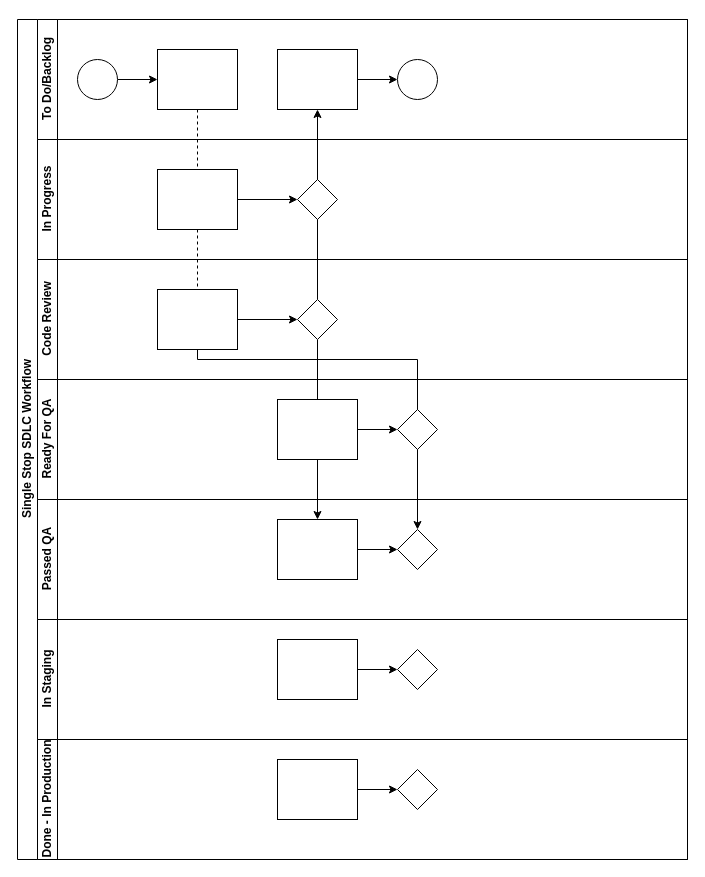
Earlier version of the draw.io diagram Untitled Diagram.drawio (DaveHorn-Singlestop/draw.io). Source tidied: cells renumbered, new cells numbered last; positions are measured from the earlier drawing's top-left corner, leaving out a move shared by most shapes. Both pictures are drawn from the tidied source at 100%, with x=0, y=0 at pixel (17, 19).
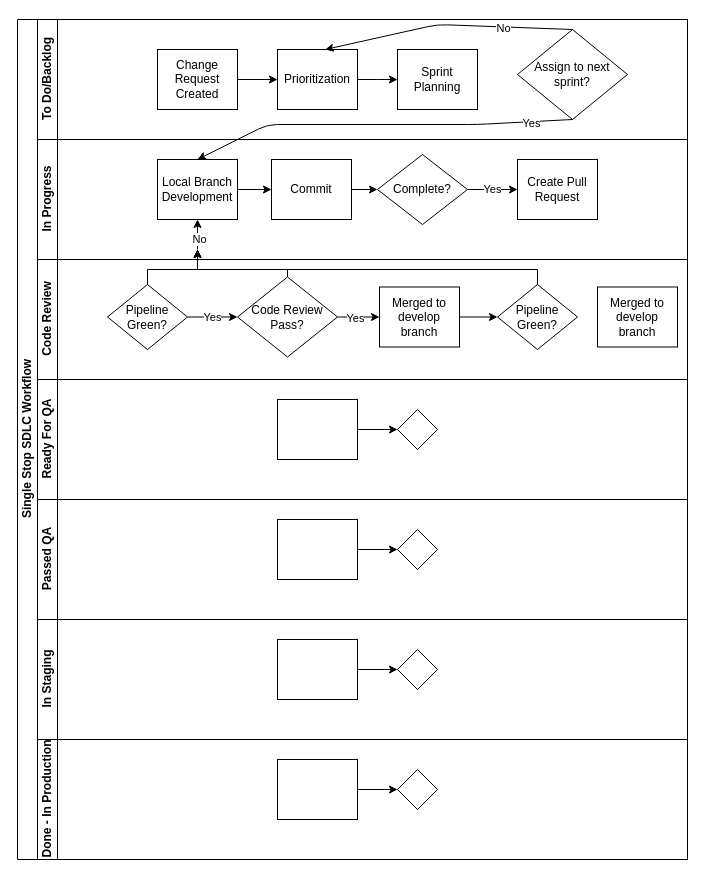
After the change.

Unchanged cells that the change refers to:
```xml
<mxCell id="2" value="Single Stop SDLC Workflow" style="swimlane;html=1;horizontal=0;startSize=20;" parent="1" vertex="1">
  <mxGeometry width="670" height="840" as="geometry" />
</mxCell>
<mxCell id="7" value="To Do/Backlog" style="swimlane;html=1;startSize=20;horizontal=0;" parent="2" vertex="1">
  <mxGeometry x="20" width="650" height="120" as="geometry" />
</mxCell>
<mxCell id="14" value="In Progress" style="swimlane;html=1;startSize=20;horizontal=0;" parent="2" vertex="1">
  <mxGeometry x="20" y="120" width="650" height="120" as="geometry" />
</mxCell>
<mxCell id="18" value="Code Review" style="swimlane;html=1;startSize=20;horizontal=0;" parent="2" vertex="1">
  <mxGeometry x="20" y="240" width="650" height="120" as="geometry" />
</mxCell>
<mxCell id="28" style="rounded=0;whiteSpace=wrap;html=1;fontFamily=Helvetica;fontSize=12;fontColor=#000000;align=center;" parent="26" vertex="1">
  <mxGeometry x="240" y="20" width="80" height="60" as="geometry" />
</mxCell>
<mxCell id="29" style="rhombus;whiteSpace=wrap;html=1;fontFamily=Helvetica;fontSize=12;fontColor=#000000;align=center;" parent="26" vertex="1">
  <mxGeometry x="360" y="30" width="40" height="40" as="geometry" />
</mxCell>
```

Diff of the diagram source:
```diff
@@
-    <mxCell id="3" style="edgeStyle=orthogonalEdgeStyle;rounded=0;jettySize=auto;html=1;dashed=1;endArrow=none;endFill=0;" parent="2" edge="1" source="10" target="20">
-      <mxGeometry relative="1" as="geometry" />
-    </mxCell>
-    <mxCell id="4" style="edgeStyle=orthogonalEdgeStyle;rounded=0;jettySize=auto;html=1;endArrow=classic;endFill=1;" parent="2" edge="1" source="21" target="12">
-      <mxGeometry relative="1" as="geometry" />
-    </mxCell>
-    <mxCell id="5" style="edgeStyle=orthogonalEdgeStyle;rounded=0;jettySize=auto;html=1;endArrow=classic;endFill=1;" parent="2" edge="1" source="21" target="28">
-      <mxGeometry relative="1" as="geometry" />
-    </mxCell>
-    <mxCell id="6" style="edgeStyle=orthogonalEdgeStyle;rounded=0;jettySize=auto;html=1;endArrow=classic;endFill=1;" parent="2" edge="1" source="20" target="29">
-      <mxGeometry relative="1" as="geometry">
-        <Array as="points">
-          <mxPoint x="180" y="340" />
-          <mxPoint x="400" y="340" />
-        </Array>
-      </mxGeometry>
-    </mxCell>
@@
-    <mxCell id="8" style="edgeStyle=orthogonalEdgeStyle;rounded=0;jettySize=auto;html=1;" parent="7" edge="1" source="9" target="10">
-      <mxGeometry relative="1" as="geometry" />
-    </mxCell>
-    <mxCell id="9" style="ellipse;whiteSpace=wrap;html=1;" parent="7" vertex="1">
-      <mxGeometry x="40" y="40" width="40" height="40" as="geometry" />
-    </mxCell>
-    <mxCell id="10" style="rounded=0;whiteSpace=wrap;html=1;fontFamily=Helvetica;fontSize=12;fontColor=#000000;align=center;" parent="7" vertex="1">
+    <mxCell id="10" value="Change Request Created" style="rounded=0;whiteSpace=wrap;html=1;fontFamily=Helvetica;fontSize=12;fontColor=#000000;align=center;" parent="7" vertex="1">
       <mxGeometry x="120" y="30" width="80" height="60" as="geometry" />
     </mxCell>
-    <mxCell id="11" style="edgeStyle=orthogonalEdgeStyle;rounded=0;jettySize=auto;html=1;endArrow=classic;endFill=1;" parent="7" edge="1" source="12" target="13">
-      <mxGeometry relative="1" as="geometry" />
+    <mxCell id="11" style="edgeStyle=orthogonalEdgeStyle;rounded=0;jettySize=auto;html=1;endArrow=classic;endFill=1;" parent="7" edge="1" source="12">
+      <mxGeometry relative="1" as="geometry">
+        <mxPoint x="360" y="60" as="targetPoint" />
+      </mxGeometry>
     </mxCell>
-    <mxCell id="12" style="rounded=0;whiteSpace=wrap;html=1;fontFamily=Helvetica;fontSize=12;fontColor=#000000;align=center;" parent="7" vertex="1">
+    <mxCell id="12" value="Prioritization" style="rounded=0;whiteSpace=wrap;html=1;fontFamily=Helvetica;fontSize=12;fontColor=#000000;align=center;" parent="7" vertex="1">
       <mxGeometry x="240" y="30" width="80" height="60" as="geometry" />
     </mxCell>
-    <mxCell id="13" style="ellipse;whiteSpace=wrap;html=1;" parent="7" vertex="1">
-      <mxGeometry x="360" y="40" width="40" height="40" as="geometry" />
-    </mxCell>
+    <mxCell id="38" style="edgeStyle=orthogonalEdgeStyle;rounded=0;jettySize=auto;html=1;endArrow=classic;endFill=1;exitX=1;exitY=0.5;exitDx=0;exitDy=0;entryX=0;entryY=0.5;entryDx=0;entryDy=0;" parent="7" edge="1" source="10" target="12">
+      <mxGeometry relative="1" as="geometry" />
+    </mxCell>
+    <mxCell id="39" value="Sprint Planning" style="rounded=0;whiteSpace=wrap;html=1;fontFamily=Helvetica;fontSize=12;fontColor=#000000;align=center;" parent="7" vertex="1">
+      <mxGeometry x="360" y="30" width="80" height="60" as="geometry" />
+    </mxCell>
+    <mxCell id="40" value="Assign to next sprint?" style="rhombus;whiteSpace=wrap;html=1;" parent="7" vertex="1">
+      <mxGeometry x="480" y="10" width="110" height="90" as="geometry" />
+    </mxCell>
+    <mxCell id="41" style="endArrow=classic;html=1;exitX=0.5;exitY=0;exitDx=0;exitDy=0;entryX=0.596;entryY=0;entryDx=0;entryDy=0;entryPerimeter=0;" parent="7" edge="1" source="40" target="12">
+      <mxGeometry relative="1" as="geometry">
+        <Array as="points">
+          <mxPoint x="400" y="5" />
+        </Array>
+      </mxGeometry>
+    </mxCell>
+    <mxCell id="42" value="No" style="edgeLabel;html=1;align=center;verticalAlign=middle;" parent="41" vertex="1">
+      <mxGeometry x="-0.44" y="1" relative="1" as="geometry" />
+    </mxCell>
@@
-    <mxCell id="15" style="edgeStyle=orthogonalEdgeStyle;rounded=0;jettySize=auto;html=1;endArrow=classic;endFill=1;" parent="14" edge="1" source="16" target="17">
+    <mxCell id="15" style="edgeStyle=orthogonalEdgeStyle;rounded=0;jettySize=auto;html=1;endArrow=classic;endFill=1;entryX=0;entryY=0.5;entryDx=0;entryDy=0;" parent="14" edge="1" source="16" target="43">
       <mxGeometry relative="1" as="geometry" />
     </mxCell>
-    <mxCell id="16" style="rounded=0;whiteSpace=wrap;html=1;fontFamily=Helvetica;fontSize=12;fontColor=#000000;align=center;" parent="14" vertex="1">
-      <mxGeometry x="120" y="30" width="80" height="60" as="geometry" />
+    <mxCell id="16" value="Local Branch Development" style="rounded=0;whiteSpace=wrap;html=1;fontFamily=Helvetica;fontSize=12;fontColor=#000000;align=center;" parent="14" vertex="1">
+      <mxGeometry x="120" y="20" width="80" height="60" as="geometry" />
     </mxCell>
-    <mxCell id="17" style="rhombus;whiteSpace=wrap;html=1;fontFamily=Helvetica;fontSize=12;fontColor=#000000;align=center;" parent="14" vertex="1">
-      <mxGeometry x="260" y="40" width="40" height="40" as="geometry" />
-    </mxCell>
+    <mxCell id="43" value="Commit" style="rounded=0;whiteSpace=wrap;html=1;fontFamily=Helvetica;fontSize=12;fontColor=#000000;align=center;" parent="14" vertex="1">
+      <mxGeometry x="234" y="20" width="80" height="60" as="geometry" />
+    </mxCell>
+    <mxCell id="44" value="Complete?" style="rhombus;whiteSpace=wrap;html=1;" parent="14" vertex="1">
+      <mxGeometry x="340" y="15" width="90" height="70" as="geometry" />
+    </mxCell>
+    <mxCell id="45" style="edgeStyle=orthogonalEdgeStyle;rounded=0;jettySize=auto;html=1;endArrow=classic;endFill=1;entryX=0;entryY=0.5;entryDx=0;entryDy=0;exitX=1;exitY=0.5;exitDx=0;exitDy=0;" parent="14" edge="1" source="43" target="44">
+      <mxGeometry relative="1" as="geometry" />
+    </mxCell>
+    <mxCell id="46" value="Create Pull Request" style="rounded=0;whiteSpace=wrap;html=1;fontFamily=Helvetica;fontSize=12;fontColor=#000000;align=center;" parent="14" vertex="1">
+      <mxGeometry x="480" y="20" width="80" height="60" as="geometry" />
+    </mxCell>
+    <mxCell id="47" value="Yes" style="endArrow=classic;html=1;exitX=1;exitY=0.5;exitDx=0;exitDy=0;entryX=0;entryY=0.5;entryDx=0;entryDy=0;" parent="14" edge="1" source="44" target="46">
+      <mxGeometry relative="1" as="geometry" />
+    </mxCell>
@@
-    <mxCell id="19" style="edgeStyle=orthogonalEdgeStyle;rounded=0;jettySize=auto;html=1;endArrow=classic;endFill=1;" parent="18" edge="1" source="20" target="21">
-      <mxGeometry relative="1" as="geometry" />
-    </mxCell>
-    <mxCell id="20" style="rounded=0;whiteSpace=wrap;html=1;fontFamily=Helvetica;fontSize=12;fontColor=#000000;align=center;" parent="18" vertex="1">
-      <mxGeometry x="120" y="30" width="80" height="60" as="geometry" />
-    </mxCell>
-    <mxCell id="21" style="rhombus;whiteSpace=wrap;html=1;fontFamily=Helvetica;fontSize=12;fontColor=#000000;align=center;" parent="18" vertex="1">
-      <mxGeometry x="260" y="40" width="40" height="40" as="geometry" />
+    <mxCell id="21" value="Pipeline Green?" style="rhombus;whiteSpace=wrap;html=1;fontFamily=Helvetica;fontSize=12;fontColor=#000000;align=center;" parent="18" vertex="1">
+      <mxGeometry x="70" y="25" width="80" height="65" as="geometry" />
     </mxCell>
+    <mxCell id="48" style="edgeStyle=orthogonalEdgeStyle;rounded=0;jettySize=auto;html=1;exitX=1;exitY=0.5;exitDx=0;exitDy=0;entryX=0;entryY=0.5;entryDx=0;entryDy=0;" parent="18" edge="1" source="50" target="53">
+      <mxGeometry relative="1" as="geometry" />
+    </mxCell>
+    <mxCell id="49" value="Yes" style="edgeLabel;html=1;align=center;verticalAlign=middle;" parent="48" vertex="1">
+      <mxGeometry x="-0.21" relative="1" as="geometry">
+        <mxPoint y="1" as="offset" />
+      </mxGeometry>
+    </mxCell>
+    <mxCell id="50" value="Code Review Pass?" style="rhombus;whiteSpace=wrap;html=1;fontFamily=Helvetica;fontSize=12;fontColor=#000000;align=center;" parent="18" vertex="1">
+      <mxGeometry x="200" y="17.5" width="100" height="80" as="geometry" />
+    </mxCell>
+    <mxCell id="51" value="Yes" style="endArrow=classic;html=1;exitX=1;exitY=0.5;exitDx=0;exitDy=0;entryX=0;entryY=0.5;entryDx=0;entryDy=0;" parent="18" edge="1" source="21" target="50">
+      <mxGeometry relative="1" as="geometry" />
+    </mxCell>
+    <mxCell id="52" style="edgeStyle=orthogonalEdgeStyle;rounded=0;jettySize=auto;html=1;exitX=1;exitY=0.5;exitDx=0;exitDy=0;entryX=0;entryY=0.5;entryDx=0;entryDy=0;" parent="18" edge="1" source="53" target="54">
+      <mxGeometry relative="1" as="geometry" />
+    </mxCell>
+    <mxCell id="53" value="Merged to develop branch" style="rounded=0;whiteSpace=wrap;html=1;fontFamily=Helvetica;fontSize=12;fontColor=#000000;align=center;" parent="18" vertex="1">
+      <mxGeometry x="342" y="27.5" width="80" height="60" as="geometry" />
+    </mxCell>
+    <mxCell id="54" value="Pipeline Green?" style="rhombus;whiteSpace=wrap;html=1;fontFamily=Helvetica;fontSize=12;fontColor=#000000;align=center;" parent="18" vertex="1">
+      <mxGeometry x="460" y="25" width="80" height="65" as="geometry" />
+    </mxCell>
+    <mxCell id="55" value="Merged to develop branch" style="rounded=0;whiteSpace=wrap;html=1;fontFamily=Helvetica;fontSize=12;fontColor=#000000;align=center;" parent="18" vertex="1">
+      <mxGeometry x="560" y="27.5" width="80" height="60" as="geometry" />
+    </mxCell>
@@
+    <mxCell id="56" style="endArrow=classic;html=1;exitX=0.5;exitY=1;exitDx=0;exitDy=0;entryX=0.5;entryY=0;entryDx=0;entryDy=0;" parent="2" edge="1" source="40" target="16">
+      <mxGeometry relative="1" as="geometry">
+        <Array as="points">
+          <mxPoint x="460" y="105" />
+          <mxPoint x="250" y="105" />
+        </Array>
+      </mxGeometry>
+    </mxCell>
+    <mxCell id="57" value="Yes" style="edgeLabel;html=1;align=center;verticalAlign=middle;" parent="56" vertex="1">
+      <mxGeometry x="-0.78" y="1" relative="1" as="geometry" />
+    </mxCell>
+    <mxCell id="58" style="endArrow=classic;html=1;entryX=0.5;entryY=1;entryDx=0;entryDy=0;" parent="1" edge="1" target="16">
+      <mxGeometry relative="1" as="geometry">
+        <mxPoint x="180" y="230" as="sourcePoint" />
+      </mxGeometry>
+    </mxCell>
+    <mxCell id="59" value="No" style="edgeLabel;html=1;align=center;verticalAlign=middle;" parent="58" vertex="1">
+      <mxGeometry x="-0.24" y="-1" relative="1" as="geometry" />
+    </mxCell>
+    <mxCell id="60" style="edgeStyle=orthogonalEdgeStyle;rounded=0;jettySize=auto;html=1;exitX=0.5;exitY=0;exitDx=0;exitDy=0;" parent="1" edge="1" source="21">
+      <mxGeometry relative="1" as="geometry">
+        <mxPoint x="180" y="230" as="targetPoint" />
+        <Array as="points">
+          <mxPoint x="130" y="250" />
+          <mxPoint x="180" y="250" />
+        </Array>
+      </mxGeometry>
+    </mxCell>
+    <mxCell id="61" style="edgeStyle=orthogonalEdgeStyle;rounded=0;jettySize=auto;html=1;exitX=0.5;exitY=0;exitDx=0;exitDy=0;" parent="1" edge="1" source="50">
+      <mxGeometry relative="1" as="geometry">
+        <mxPoint x="180" y="230" as="targetPoint" />
+        <Array as="points">
+          <mxPoint x="270" y="250" />
+          <mxPoint x="180" y="250" />
+        </Array>
+      </mxGeometry>
+    </mxCell>
+    <mxCell id="62" style="edgeStyle=orthogonalEdgeStyle;rounded=0;jettySize=auto;html=1;exitX=0.5;exitY=0;exitDx=0;exitDy=0;" parent="1" edge="1" source="54">
+      <mxGeometry relative="1" as="geometry">
+        <mxPoint x="180" y="230" as="targetPoint" />
+        <Array as="points">
+          <mxPoint x="520" y="250" />
+          <mxPoint x="180" y="250" />
+        </Array>
+      </mxGeometry>
+    </mxCell>
```
